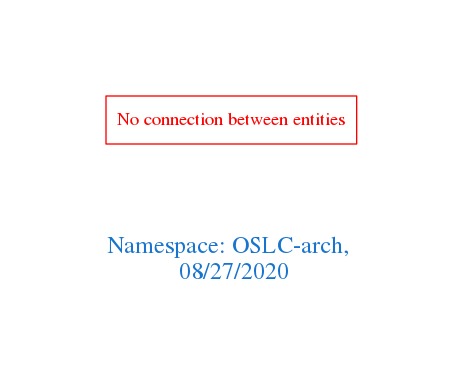
Before: downloads/OSLC-arch.png, a diagram exported from Graphviz (arago/OGIT). Its source is kept beside it as downloads/OSLC-arch.dot.
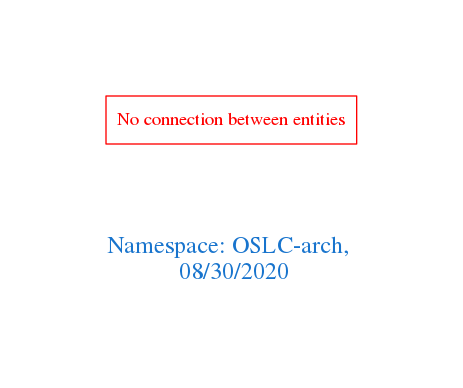
Later version of the same file.

What changed in the source:
```diff
@@ -1,7 +1,7 @@
 digraph OGIT_ontology {
  graph [ rankdir= LR,pad=1
 fontsize = 18,
-fontcolor= dodgerblue3,label = "\n\n\nNamespace: OSLC-arch, \n 08/27/2020"];
+fontcolor= dodgerblue3,label = "\n\n\nNamespace: OSLC-arch, \n 08/30/2020"];
 node[shape=polygon];
 edge [  color="gray81"];
 
```
